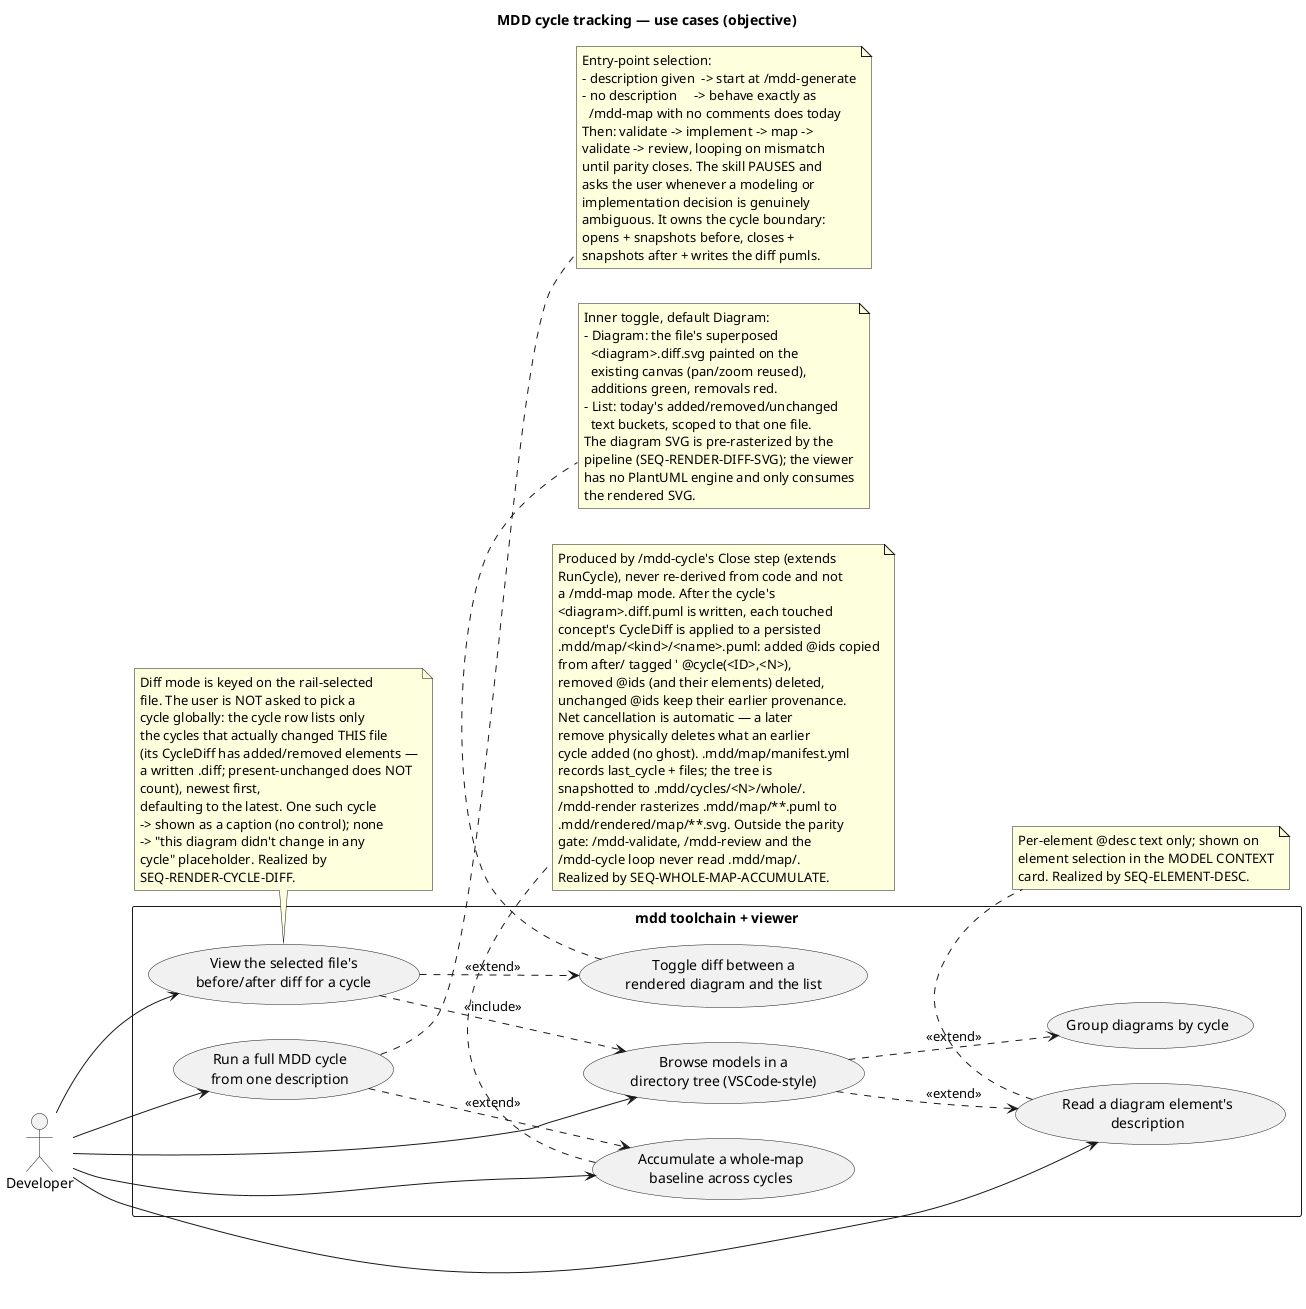
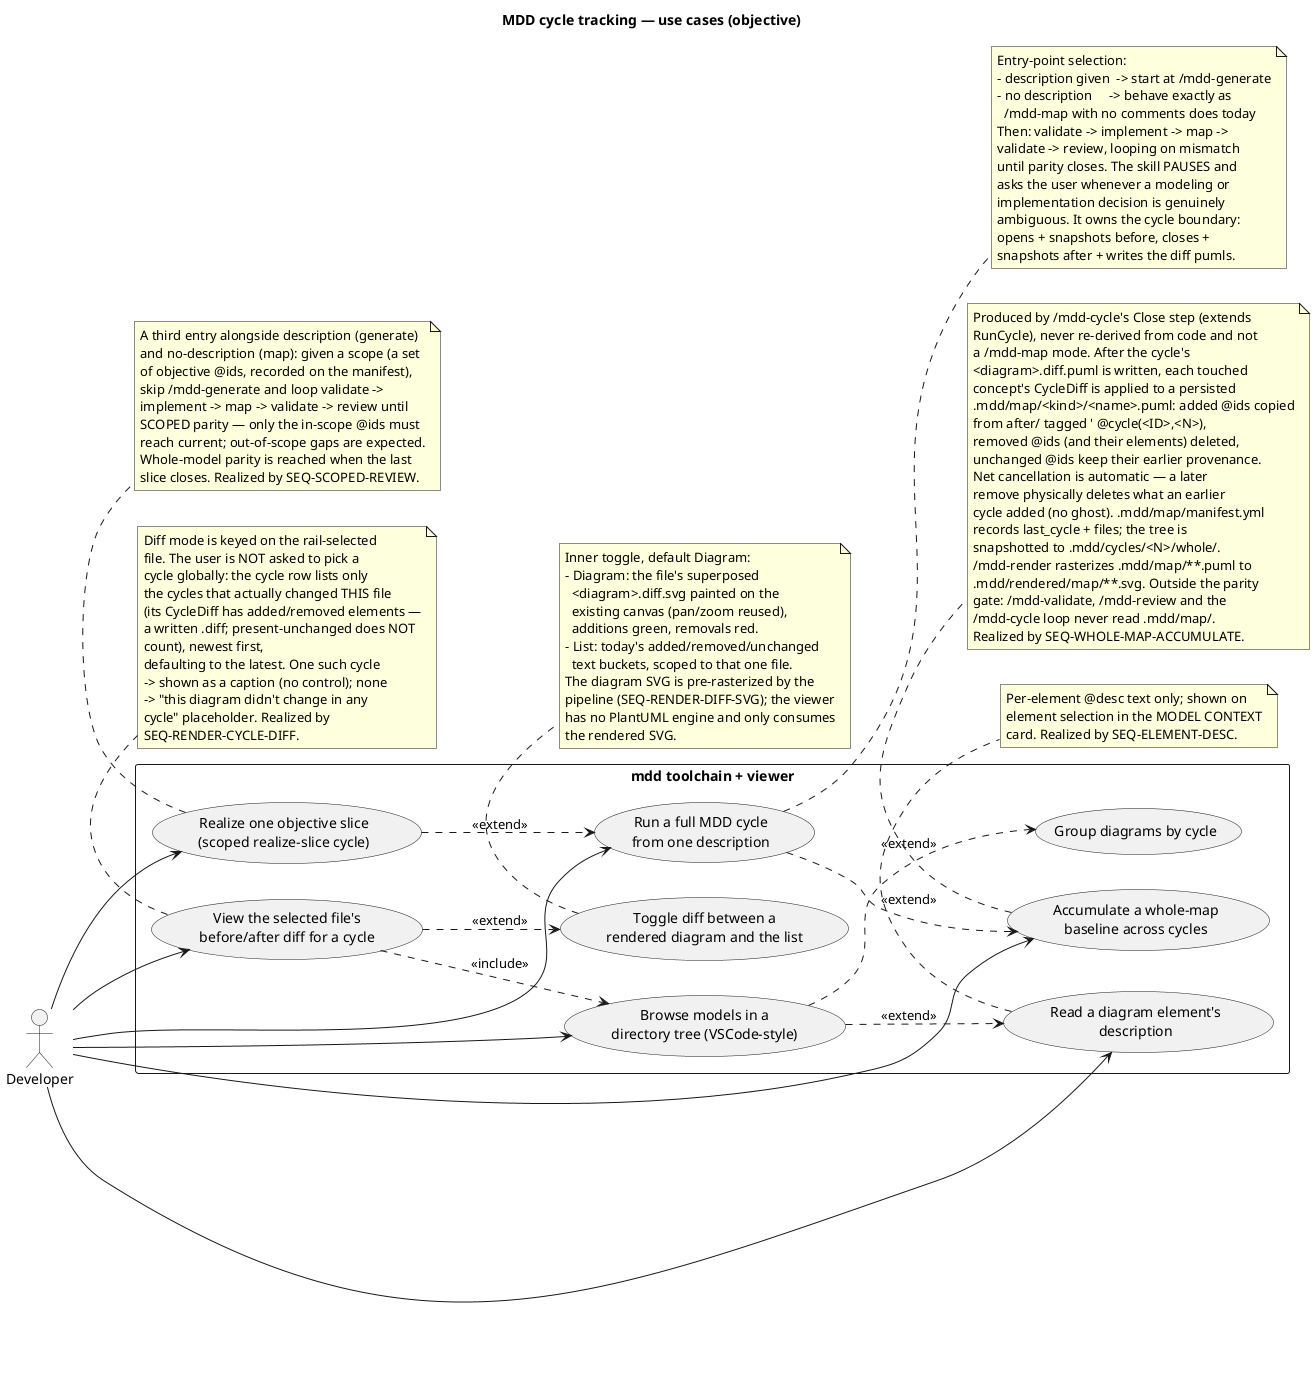
@startuml
' @id(USE-RUN-CYCLE)
+ ' @id(USE-REALIZE-SLICE)
' @id(USE-BROWSE-TREE)
' @id(USE-GROUP-BY-CYCLE)
' @id(USE-CYCLE-DIFF-VIEW)
' @id(USE-DIFF-DIAGRAM)
' @id(USE-ELEMENT-DESC)
' @id(USE-WHOLE-MAP)
' @ref(USE-VIEW-DIAGRAMS)
'
' Objective-side use cases for end-to-end MDD cycle tracking. These extend
' the existing viewer use case (USE-VIEW-DIAGRAMS, defined in the
' diagram-viewer objective use-case file) with cycle-aware browsing,
' a before/after diff view, per-element descriptions, and a new
' single-description orchestration entry point.
'
' @desc marker contract: a one-line, human-readable sentence describing
' what a diagram element IS. Authored per significant @id by /mdd-map and
' /mdd-generate, validated by /mdd-validate, surfaced by the viewer in the
' right-hand MODEL CONTEXT card. Syntax: ' @desc(<ID>, "text")
'
' @desc(USE-RUN-CYCLE, "One-shot orchestration: run the whole MDD loop from a single feature/bug description, pausing only to ask clarifying questions.")
+ ' @desc(USE-REALIZE-SLICE, "Realize one slice of an existing objective: /mdd-cycle's realize-slice entry opens a cycle scoped to a declared subset of objective @ids (recorded on the manifest's scope), skips /mdd-generate, and drives the current side to just that slice, closing on scoped parity. Whole-model parity is reached when the last slice closes — the basis for the greenfield kickoff to Ralph handoff, where each PLAN item realizes its @scope.")
' @desc(USE-BROWSE-TREE, "Left rail is a VSCode-style collapsible directory tree of model files instead of a flat alphabetical list.")
' @desc(USE-GROUP-BY-CYCLE, "Alternative rail organization that groups diagrams under the cycle that last touched them.")
' @desc(USE-CYCLE-DIFF-VIEW, "Diff mode is bound to the model file selected in the left rail; the cycle is chosen only among the cycles that actually changed that file (default the latest such cycle), never a global picker.")
' @desc(USE-DIFF-DIAGRAM, "Within Diff mode, an inner Diagram/List toggle: Diagram renders the file's superposed .diff diagram (additions green, removals red) on the canvas; List is the added/removed/unchanged text buckets for that same file.")
' @desc(USE-ELEMENT-DESC, "Selecting a diagram element shows its @desc text in the MODEL CONTEXT card, distinctly styled.")
' @desc(USE-WHOLE-MAP, "Each closed cycle accumulates its diff into a persisted per-concept .mdd/map/ baseline: added @ids are copied in with @cycle provenance, removed @ids drop out so add-then-remove nets to neither. The whole-map tree is snapshotted per cycle under .mdd/cycles/<N>/whole/, giving a whole-system picture as of each cycle. It is an inspection artifact outside the parity gate.")
title MDD cycle tracking — use cases (objective)

left to right direction

actor "Developer" as Dev

rectangle "mdd toolchain + viewer" {
  usecase "Run a full MDD cycle\nfrom one description" as RunCycle
+   usecase "Realize one objective slice\n(scoped realize-slice cycle)" as RealizeSlice
  usecase "Browse models in a\ndirectory tree (VSCode-style)" as Tree
  usecase "Group diagrams by cycle" as Group
  usecase "View the selected file's\nbefore/after diff for a cycle" as Diff
  usecase "Toggle diff between a\nrendered diagram and the list" as DiffDiagram
  usecase "Read a diagram element's\ndescription" as Desc
  usecase "Accumulate a whole-map\nbaseline across cycles" as WholeMap
}

Dev --> RunCycle
+ Dev --> RealizeSlice
Dev --> Tree
Dev --> Diff
Dev --> Desc
Dev --> WholeMap

Tree ..> Group : <<extend>>
Diff ..> Tree : <<include>>
Diff ..> DiffDiagram : <<extend>>
Tree ..> Desc : <<extend>>
RunCycle ..> WholeMap : <<extend>>
+ RealizeSlice ..> RunCycle : <<extend>>

note right of RunCycle
  Entry-point selection:
  - description given  -> start at /mdd-generate
  - no description     -> behave exactly as
    /mdd-map with no comments does today
  Then: validate -> implement -> map ->
  validate -> review, looping on mismatch
  until parity closes. The skill PAUSES and
  asks the user whenever a modeling or
  implementation decision is genuinely
  ambiguous. It owns the cycle boundary:
  opens + snapshots before, closes +
  snapshots after + writes the diff pumls.
+ end note
+ 
+ note bottom of RealizeSlice
+   A third entry alongside description (generate)
+   and no-description (map): given a scope (a set
+   of objective @ids, recorded on the manifest),
+   skip /mdd-generate and loop validate ->
+   implement -> map -> validate -> review until
+   SCOPED parity — only the in-scope @ids must
+   reach current; out-of-scope gaps are expected.
+   Whole-model parity is reached when the last
+   slice closes. Realized by SEQ-SCOPED-REVIEW.
end note

note bottom of Diff
  Diff mode is keyed on the rail-selected
  file. The user is NOT asked to pick a
  cycle globally: the cycle row lists only
  the cycles that actually changed THIS file
  (its CycleDiff has added/removed elements —
  a written .diff; present-unchanged does NOT
  count), newest first,
  defaulting to the latest. One such cycle
  -> shown as a caption (no control); none
  -> "this diagram didn't change in any
  cycle" placeholder. Realized by
  SEQ-RENDER-CYCLE-DIFF.
end note

note bottom of DiffDiagram
  Inner toggle, default Diagram:
  - Diagram: the file's superposed
    <diagram>.diff.svg painted on the
    existing canvas (pan/zoom reused),
    additions green, removals red.
  - List: today's added/removed/unchanged
    text buckets, scoped to that one file.
  The diagram SVG is pre-rasterized by the
  pipeline (SEQ-RENDER-DIFF-SVG); the viewer
  has no PlantUML engine and only consumes
  the rendered SVG.
end note

note bottom of Desc
  Per-element @desc text only; shown on
  element selection in the MODEL CONTEXT
  card. Realized by SEQ-ELEMENT-DESC.
end note

note bottom of WholeMap
  Produced by /mdd-cycle's Close step (extends
  RunCycle), never re-derived from code and not
  a /mdd-map mode. After the cycle's
  <diagram>.diff.puml is written, each touched
  concept's CycleDiff is applied to a persisted
  .mdd/map/<kind>/<name>.puml: added @ids copied
  from after/ tagged ' @cycle(<ID>,<N>),
  removed @ids (and their elements) deleted,
  unchanged @ids keep their earlier provenance.
  Net cancellation is automatic — a later
  remove physically deletes what an earlier
  cycle added (no ghost). .mdd/map/manifest.yml
  records last_cycle + files; the tree is
  snapshotted to .mdd/cycles/<N>/whole/.
  /mdd-render rasterizes .mdd/map/**.puml to
  .mdd/rendered/map/**.svg. Outside the parity
  gate: /mdd-validate, /mdd-review and the
  /mdd-cycle loop never read .mdd/map/.
  Realized by SEQ-WHOLE-MAP-ACCUMULATE.
end note
@enduml
